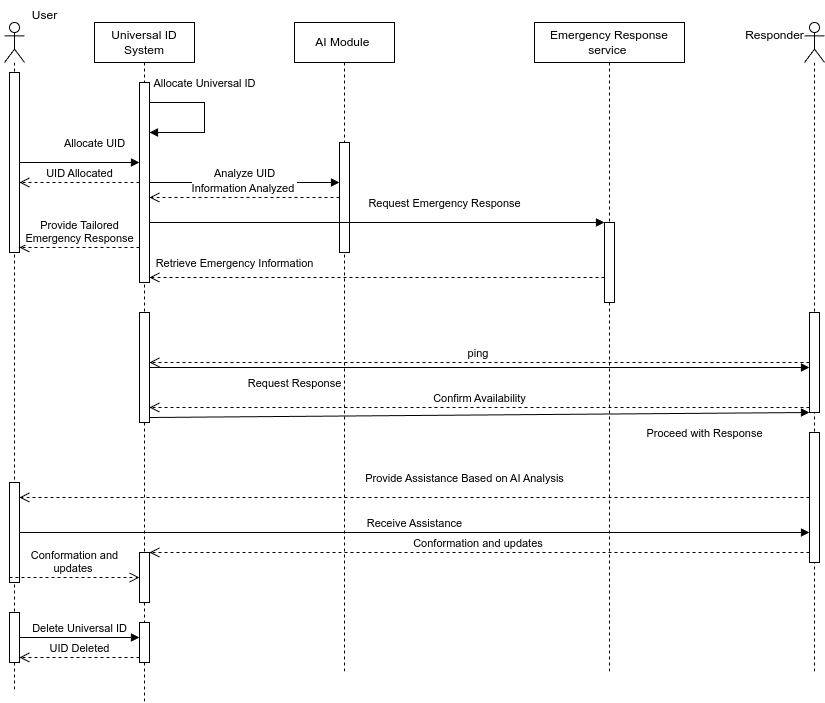
Before: AI-Based Universal ID System for Global Response and Services with 6G Network submission.drawio.png, a diagram exported from draw.io (kbsha/private). Source tidied: cells renumbered, new cells last; positions are measured from the earlier drawing's top-left corner, leaving out a move shared by most shapes.
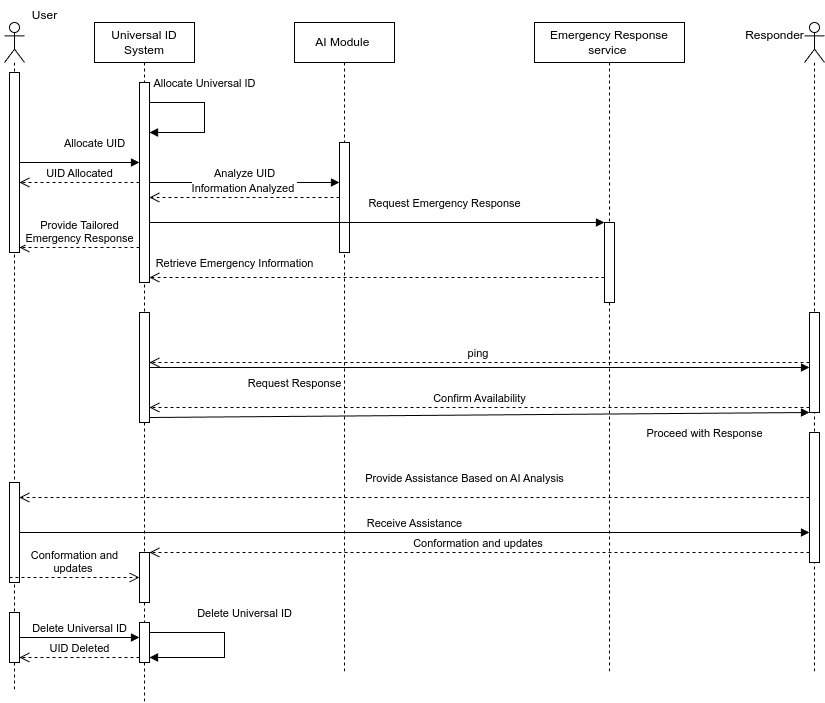
Later version of the same file.

Diff of the diagram source:
```diff
@@ -47,6 +47,15 @@
     <mxCell id="14" style="html=1;points=[[0,0,0,0,5],[0,1,0,0,-5],[1,0,0,0,5],[1,1,0,0,-5]];perimeter=orthogonalPerimeter;outlineConnect=0;targetShapes=umlLifeline;portConstraint=eastwest;newEdgeStyle={&quot;curved&quot;:0,&quot;rounded&quot;:0};" parent="9" vertex="1">
       <mxGeometry x="45" y="600" width="10" height="40" as="geometry" />
     </mxCell>
+    <mxCell id="38" value="Delete Universal ID" style="html=1;verticalAlign=bottom;endArrow=block;curved=0;rounded=0;entryX=1;entryY=1;entryDx=0;entryDy=-5;entryPerimeter=0;" parent="9" edge="1" source="14" target="14">
+      <mxGeometry x="-0.14" y="22" relative="1" as="geometry">
+        <Array as="points">
+          <mxPoint x="130" y="610" />
+          <mxPoint x="130" y="635" />
+        </Array>
+        <mxPoint x="-2" y="-10" as="offset" />
+      </mxGeometry>
+    </mxCell>
     <mxCell id="15" value="Allocate UID" style="html=1;verticalAlign=bottom;endArrow=block;curved=0;rounded=0;" parent="1" edge="1" source="3" target="10">
       <mxGeometry x="0.25" y="10" relative="1" as="geometry" />
     </mxCell>
```
